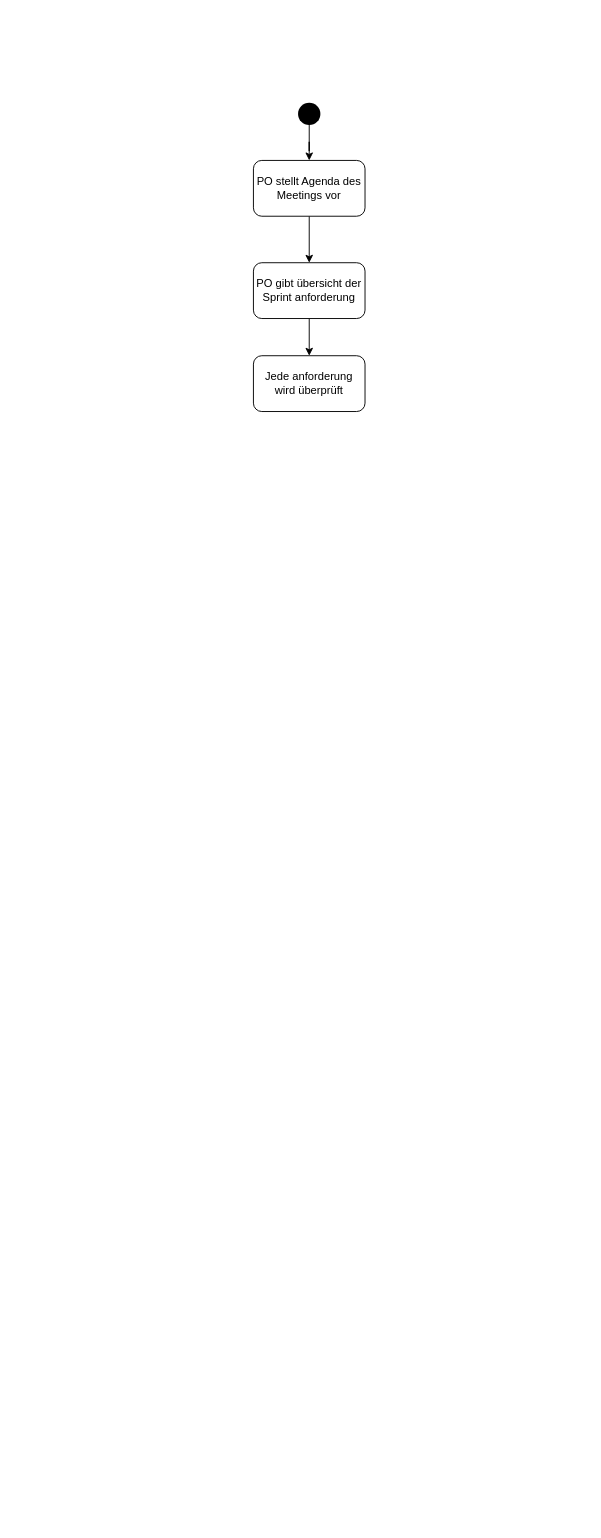
This is src/org/hbrs/se1/ws21/uebung3/uml/Aufgabe1.drawio from TomKeppeler/codesSE2021, a draw.io file, before an edit. Source tidied: cells renumbered, new cells numbered last; positions are measured from the earlier drawing's top-left corner, leaving out a move shared by most shapes. Both pictures are drawn from the tidied source at 93%, with x=0, y=0 at pixel (253, 95).
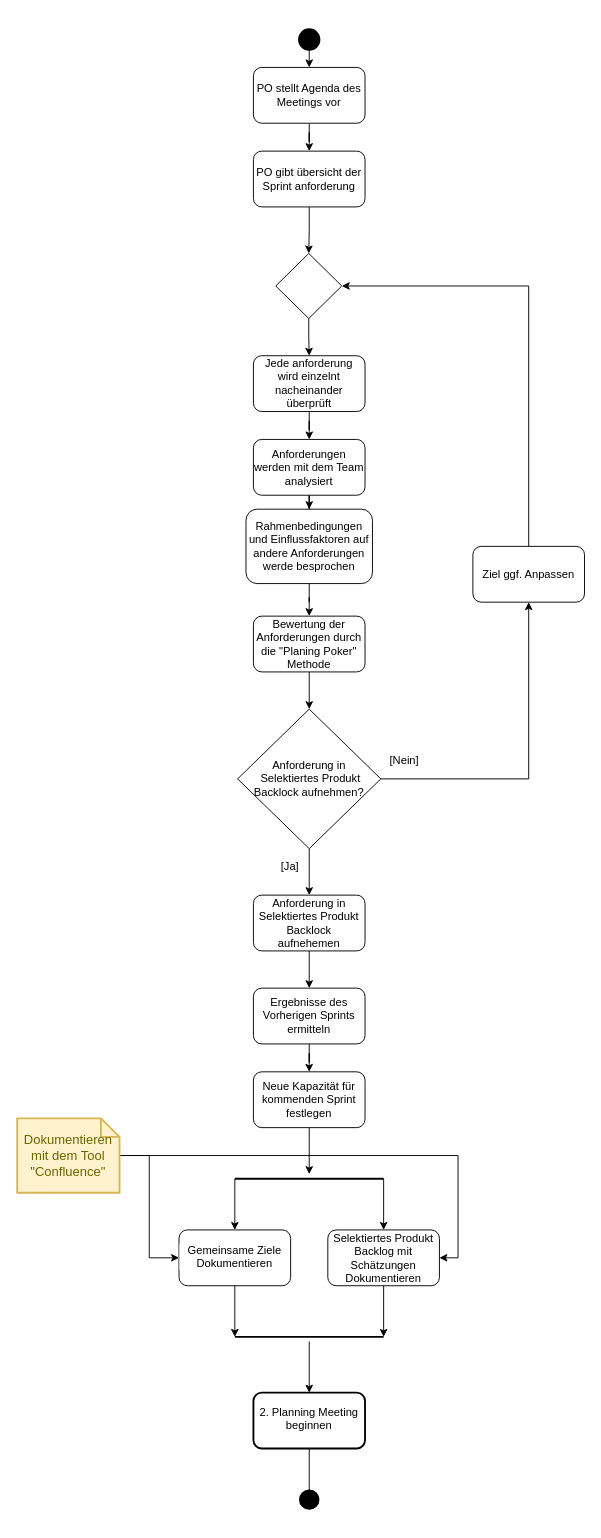
The same diagram, later.

What changed in the source:
```diff
@@
-    <mxCell id="2" style="edgeStyle=orthogonalEdgeStyle;rounded=0;jettySize=auto;html=1;" parent="1" edge="1" source="3" target="8">
-      <mxGeometry relative="1" as="geometry" />
-    </mxCell>
+    <mxCell id="9" style="edgeStyle=orthogonalEdgeStyle;rounded=0;jettySize=auto;html=1;" parent="1" edge="1" source="3" target="25">
+      <mxGeometry relative="1" as="geometry" />
+    </mxCell>
     <mxCell id="3" value="PO gibt übersicht der Sprint anforderung" style="rounded=1;whiteSpace=wrap;html=1;" parent="1" vertex="1">
-      <mxGeometry y="180" width="120" height="60" as="geometry" />
+      <mxGeometry y="60" width="120" height="60" as="geometry" />
     </mxCell>
@@
     <mxCell id="5" style="shape=waypoint;sketch=0;fillStyle=solid;size=6;points=[];fillColor=none;perimeter=centerPerimeter;snapToPoint=1;strokeWidth=10;" parent="1" vertex="1">
-      <mxGeometry x="40" width="40" height="40" as="geometry" />
+      <mxGeometry x="40" y="-80" width="40" height="40" as="geometry" />
     </mxCell>
@@
     <mxCell id="7" value="PO stellt Agenda des Meetings vor" style="rounded=1;whiteSpace=wrap;html=1;strokeWidth=1;" parent="1" vertex="1">
-      <mxGeometry y="70" width="120" height="60" as="geometry" />
+      <mxGeometry y="-30" width="120" height="60" as="geometry" />
     </mxCell>
+    <mxCell id="10" style="edgeStyle=orthogonalEdgeStyle;rounded=0;jettySize=auto;html=1;" parent="1" edge="1" source="8" target="12">
+      <mxGeometry relative="1" as="geometry" />
+    </mxCell>
-    <mxCell id="8" value="Jede anforderung wird überprüft" style="whiteSpace=wrap;html=1;rounded=1;" parent="1" vertex="1">
+    <mxCell id="8" value="Jede anforderung wird einzelnt nacheinander überprüft" style="whiteSpace=wrap;html=1;rounded=1;" parent="1" vertex="1">
       <mxGeometry y="280" width="120" height="60" as="geometry" />
     </mxCell>
+    <mxCell id="11" style="edgeStyle=orthogonalEdgeStyle;rounded=0;jettySize=auto;html=1;" parent="1" edge="1" source="12" target="14">
+      <mxGeometry relative="1" as="geometry" />
+    </mxCell>
+    <mxCell id="12" value="Anforderungen werden mit dem Team analysiert" style="whiteSpace=wrap;html=1;rounded=1;" parent="1" vertex="1">
+      <mxGeometry y="370" width="120" height="60" as="geometry" />
+    </mxCell>
+    <mxCell id="13" style="edgeStyle=orthogonalEdgeStyle;rounded=0;jettySize=auto;html=1;" parent="1" edge="1" source="14" target="16">
+      <mxGeometry relative="1" as="geometry" />
+    </mxCell>
+    <mxCell id="14" value="Rahmenbedingungen und Einflussfaktoren auf andere Anforderungen werde besprochen" style="whiteSpace=wrap;html=1;rounded=1;" parent="1" vertex="1">
+      <mxGeometry x="-8" y="445" width="136" height="80" as="geometry" />
+    </mxCell>
+    <mxCell id="15" style="edgeStyle=orthogonalEdgeStyle;rounded=0;jettySize=auto;html=1;" parent="1" edge="1" source="16" target="19">
+      <mxGeometry relative="1" as="geometry" />
+    </mxCell>
+    <mxCell id="16" value="Bewertung der Anforderungen durch die &quot;Planing Poker&quot; Methode" style="whiteSpace=wrap;html=1;rounded=1;" parent="1" vertex="1">
+      <mxGeometry y="560" width="120" height="60" as="geometry" />
+    </mxCell>
+    <mxCell id="17" style="edgeStyle=orthogonalEdgeStyle;rounded=0;jettySize=auto;html=1;" parent="1" edge="1" source="19" target="22">
+      <mxGeometry relative="1" as="geometry" />
+    </mxCell>
+    <mxCell id="18" style="edgeStyle=orthogonalEdgeStyle;rounded=0;jettySize=auto;html=1;entryX=0.5;entryY=1;entryDx=0;entryDy=0;" parent="1" edge="1" source="19" target="31">
+      <mxGeometry relative="1" as="geometry">
+        <Array as="points">
+          <mxPoint x="296" y="735" />
+        </Array>
+      </mxGeometry>
+    </mxCell>
+    <mxCell id="19" value="Anforderung in&lt;br&gt;&amp;nbsp;Selektiertes Produkt Backlock aufnehmen?" style="rhombus;whiteSpace=wrap;html=1;rounded=0;" parent="1" vertex="1">
+      <mxGeometry x="-17" y="660" width="154" height="150" as="geometry" />
+    </mxCell>
+    <mxCell id="20" value="[Nein]" style="text;html=1;align=center;verticalAlign=middle;strokeColor=none;" parent="1" vertex="1">
+      <mxGeometry x="137" y="705" width="50" height="20" as="geometry" />
+    </mxCell>
+    <mxCell id="21" style="edgeStyle=orthogonalEdgeStyle;rounded=0;jettySize=auto;html=1;" parent="1" edge="1" source="22" target="27">
+      <mxGeometry relative="1" as="geometry" />
+    </mxCell>
+    <mxCell id="22" value="Anforderung in Selektiertes Produkt Backlock aufnehemen" style="whiteSpace=wrap;html=1;rounded=1;" parent="1" vertex="1">
+      <mxGeometry y="860" width="120" height="60" as="geometry" />
+    </mxCell>
+    <mxCell id="23" value="[Ja]" style="text;html=1;align=center;verticalAlign=middle;strokeColor=none;" parent="1" vertex="1">
+      <mxGeometry x="24" y="820" width="30" height="20" as="geometry" />
+    </mxCell>
+    <mxCell id="24" style="edgeStyle=orthogonalEdgeStyle;rounded=0;jettySize=auto;html=1;" parent="1" edge="1" source="25" target="8">
+      <mxGeometry relative="1" as="geometry" />
+    </mxCell>
+    <mxCell id="25" style="rhombus;whiteSpace=wrap;html=1;rounded=0;" parent="1" vertex="1">
+      <mxGeometry x="24" y="170" width="71" height="70" as="geometry" />
+    </mxCell>
+    <mxCell id="26" style="edgeStyle=orthogonalEdgeStyle;rounded=0;jettySize=auto;html=1;" parent="1" edge="1" source="27" target="29">
+      <mxGeometry relative="1" as="geometry" />
+    </mxCell>
+    <mxCell id="27" value="Ergebnisse des Vorherigen Sprints ermitteln" style="whiteSpace=wrap;html=1;rounded=1;" parent="1" vertex="1">
+      <mxGeometry y="960" width="120" height="60" as="geometry" />
+    </mxCell>
+    <mxCell id="28" style="edgeStyle=orthogonalEdgeStyle;rounded=0;jettySize=auto;html=1;strokeWidth=1;" parent="1" edge="1" source="29" target="32">
+      <mxGeometry relative="1" as="geometry" />
+    </mxCell>
+    <mxCell id="29" value="Neue Kapazität für kommenden Sprint festlegen" style="whiteSpace=wrap;html=1;rounded=1;" parent="1" vertex="1">
+      <mxGeometry y="1050" width="120" height="60" as="geometry" />
+    </mxCell>
+    <mxCell id="30" style="edgeStyle=orthogonalEdgeStyle;rounded=0;jettySize=auto;html=1;entryX=1;entryY=0.5;entryDx=0;entryDy=0;" parent="1" edge="1" source="31" target="25">
+      <mxGeometry relative="1" as="geometry">
+        <Array as="points">
+          <mxPoint x="296" y="205" />
+        </Array>
+      </mxGeometry>
+    </mxCell>
+    <mxCell id="31" value="Ziel ggf. Anpassen" style="whiteSpace=wrap;html=1;rounded=1;" parent="1" vertex="1">
+      <mxGeometry x="236" y="485" width="120" height="60" as="geometry" />
+    </mxCell>
+    <mxCell id="32" style="line;strokeWidth=2;html=1;rounded=1;" parent="1" vertex="1">
+      <mxGeometry x="-20" y="1160" width="160" height="10" as="geometry" />
+    </mxCell>
+    <mxCell id="33" value="Gemeinsame Ziele Dokumentieren" style="whiteSpace=wrap;html=1;rounded=1;verticalAlign=top;strokeWidth=1;labelBackgroundColor=#ffffff;spacingTop=8;" parent="1" vertex="1">
+      <mxGeometry x="-80" y="1220" width="120" height="60" as="geometry" />
+    </mxCell>
+    <mxCell id="34" value="Selektiertes Produkt Backlog mit Schätzungen Dokumentieren" style="whiteSpace=wrap;html=1;rounded=1;" parent="1" vertex="1">
+      <mxGeometry x="80" y="1220" width="120" height="60" as="geometry" />
+    </mxCell>
+    <mxCell id="35" style="endArrow=classic;html=1;strokeWidth=1;exitX=0;exitY=0.5;exitDx=0;exitDy=0;exitPerimeter=0;entryX=0.5;entryY=0;entryDx=0;entryDy=0;" parent="1" edge="1" source="32" target="33">
+      <mxGeometry relative="1" as="geometry" />
+    </mxCell>
+    <mxCell id="36" style="endArrow=classic;html=1;strokeWidth=1;exitX=1;exitY=0.5;exitDx=0;exitDy=0;exitPerimeter=0;entryX=0.5;entryY=0;entryDx=0;entryDy=0;" parent="1" edge="1" source="32" target="34">
+      <mxGeometry relative="1" as="geometry" />
+    </mxCell>
+    <mxCell id="37" style="edgeStyle=orthogonalEdgeStyle;rounded=0;jettySize=auto;html=1;strokeWidth=1;" parent="1" edge="1" source="38" target="44">
+      <mxGeometry relative="1" as="geometry" />
+    </mxCell>
+    <mxCell id="38" style="line;strokeWidth=2;html=1;rounded=1;" parent="1" vertex="1">
+      <mxGeometry x="-20" y="1330" width="160" height="10" as="geometry" />
+    </mxCell>
+    <mxCell id="39" style="endArrow=classic;html=1;strokeWidth=1;exitX=0.5;exitY=1;exitDx=0;exitDy=0;entryX=1;entryY=0.5;entryDx=0;entryDy=0;entryPerimeter=0;" parent="1" edge="1" source="34" target="38">
+      <mxGeometry relative="1" as="geometry" />
+    </mxCell>
+    <mxCell id="40" style="endArrow=classic;html=1;strokeWidth=1;exitX=0.5;exitY=1;exitDx=0;exitDy=0;entryX=0;entryY=0.5;entryDx=0;entryDy=0;entryPerimeter=0;" parent="1" edge="1" source="33" target="38">
+      <mxGeometry relative="1" as="geometry" />
+    </mxCell>
+    <mxCell id="41" style="edgeStyle=orthogonalEdgeStyle;rounded=0;jettySize=auto;html=1;entryX=0;entryY=0.5;entryDx=0;entryDy=0;strokeWidth=1;" parent="1" edge="1" source="43" target="33">
+      <mxGeometry relative="1" as="geometry" />
+    </mxCell>
+    <mxCell id="42" style="edgeStyle=orthogonalEdgeStyle;rounded=0;jettySize=auto;html=1;entryX=1;entryY=0.5;entryDx=0;entryDy=0;strokeWidth=1;" parent="1" edge="1" source="43" target="34">
+      <mxGeometry relative="1" as="geometry" />
+    </mxCell>
+    <mxCell id="43" value="Dokumentieren mit dem Tool &quot;Confluence&quot;" style="shape=note;strokeWidth=2;fontSize=14;size=20;whiteSpace=wrap;html=1;fillColor=#fff2cc;strokeColor=#d6b656;fontColor=#666600;rounded=1;" parent="1" vertex="1">
+      <mxGeometry x="-254" y="1100" width="110" height="80" as="geometry" />
+    </mxCell>
+    <mxCell id="44" value="2. Planning Meeting&lt;br&gt;beginnen" style="whiteSpace=wrap;html=1;rounded=1;verticalAlign=top;strokeWidth=2;labelBackgroundColor=#ffffff;spacingTop=8;" parent="1" vertex="1">
+      <mxGeometry y="1395" width="120" height="60" as="geometry" />
+    </mxCell>
+    <mxCell id="45" style="shape=waypoint;size=6;points=[];fillColor=#ffffff;perimeter=centerPerimeter;snapToPoint=1;rounded=1;verticalAlign=top;strokeWidth=9;labelBackgroundColor=#ffffff;spacingTop=8;" parent="1" vertex="1">
+      <mxGeometry x="40" y="1490" width="40" height="40" as="geometry" />
+    </mxCell>
+    <mxCell id="46" style="endArrow=classic;html=1;strokeWidth=1;exitX=0.5;exitY=1;exitDx=0;exitDy=0;entryX=0.45;entryY=0.475;entryDx=0;entryDy=0;entryPerimeter=0;" parent="1" edge="1" source="44" target="45">
+      <mxGeometry relative="1" as="geometry" />
+    </mxCell>
```
